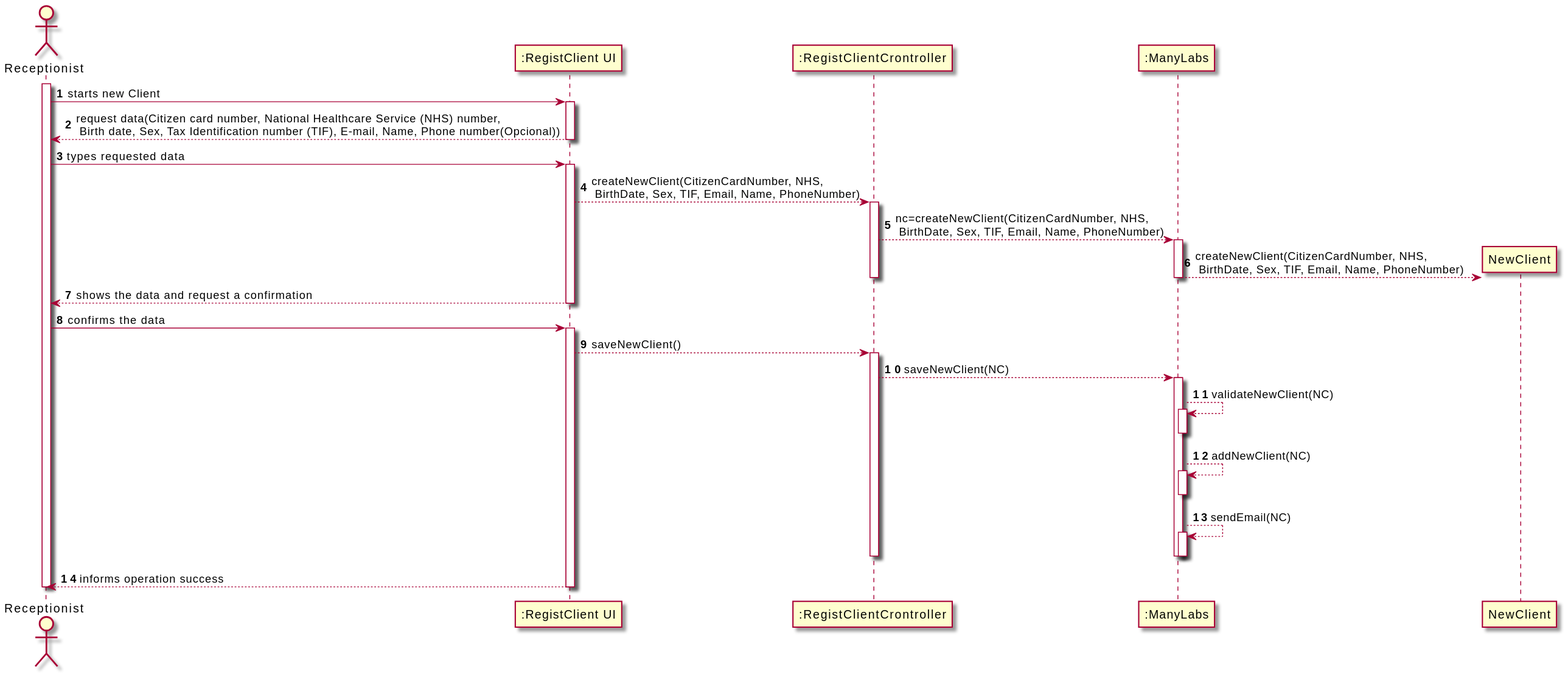
The PlantUML diagram docs/SprintB/US3_RegisterClient/US003_SD.svg in Pedromaia26/LAPR2-ISEP, before a commit. Its diagram source:
```plantuml
@startuml
actor Receptionist as Adm
participant ":RegistClient UI" as System
participant ":RegistClientCrontroller" as RCC
participant ":ManyLabs" as ML



autonumber
activate Adm
Adm -> System: starts new Client
activate System
System --> Adm: request data(Citizen card number, National Healthcare Service (NHS) number,\n Birth date, Sex, Tax Identification number (TIF), E-mail, Name, Phone number(Opcional))
deactivate System




Adm -> System: types requested data
activate System
System-->RCC: createNewClient(CitizenCardNumber, NHS,\n BirthDate, Sex, TIF, Email, Name, PhoneNumber)
activate RCC
RCC-->ML: nc=createNewClient(CitizenCardNumber, NHS,\n BirthDate, Sex, TIF, Email, Name, PhoneNumber)
activate ML
create "NewClient" as NC
ML-->NC: createNewClient(CitizenCardNumber, NHS,\n BirthDate, Sex, TIF, Email, Name, PhoneNumber)
deactivate ML
deactivate RCC
System --> Adm: shows the data and request a confirmation
deactivate System


Adm -> System: confirms the data
activate System
System-->RCC: saveNewClient()
activate RCC
RCC-->ML:saveNewClient(NC)
activate ML
ML-->ML:validateNewClient(NC)
activate ML
deactivate ML
ML-->ML:addNewClient(NC)
activate ML
deactivate ML
ML-->ML:sendEmail(NC)
activate ML
deactivate ML
deactivate ML
deactivate RCC
System --> Adm: informs operation success
deactivate System
deactivate Adm
@enduml
```
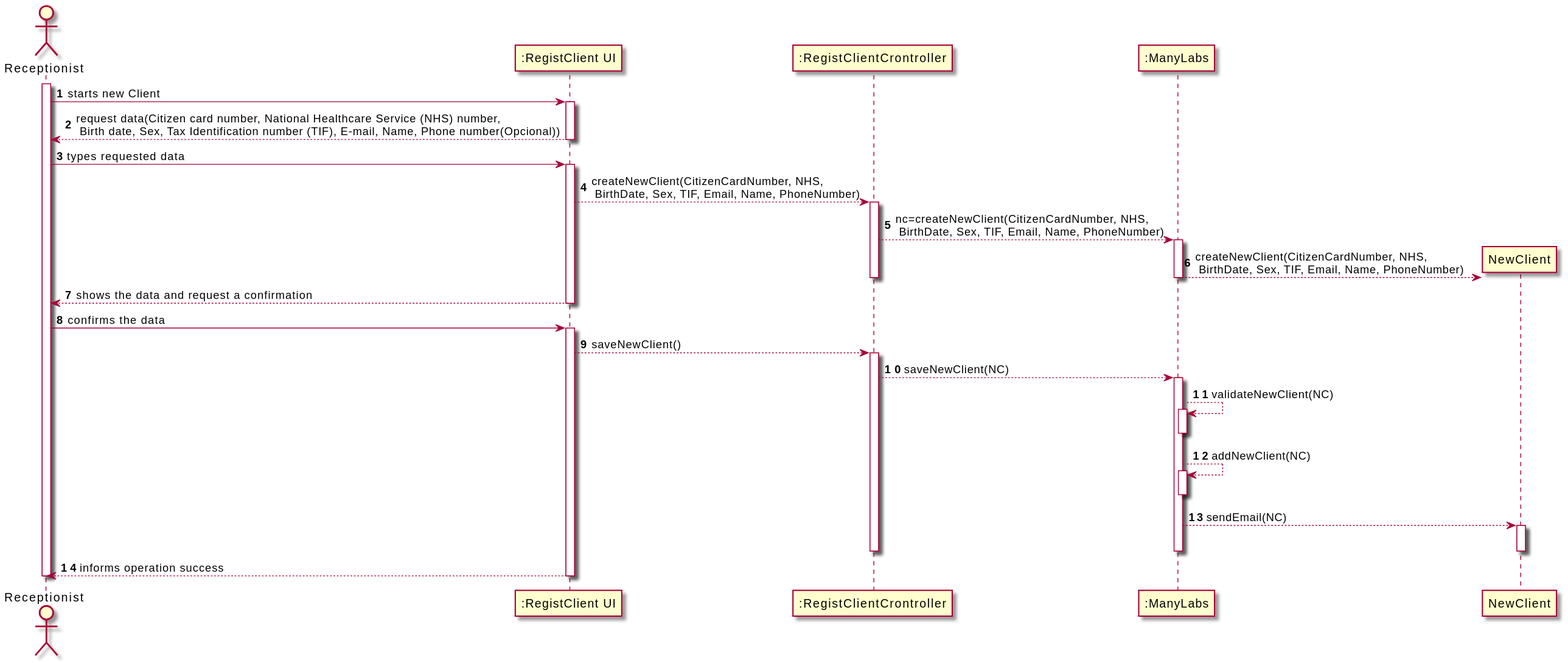
The same diagram one commit later.

The edit, as a diff of the source:
```diff
@@ -42,9 +42,9 @@
 ML-->ML:addNewClient(NC)
 activate ML
 deactivate ML
-ML-->ML:sendEmail(NC)
-activate ML
-deactivate ML
+ML-->NC:sendEmail(NC)
+activate NC
+deactivate NC
 deactivate ML
 deactivate RCC
 System --> Adm: informs operation success
```
